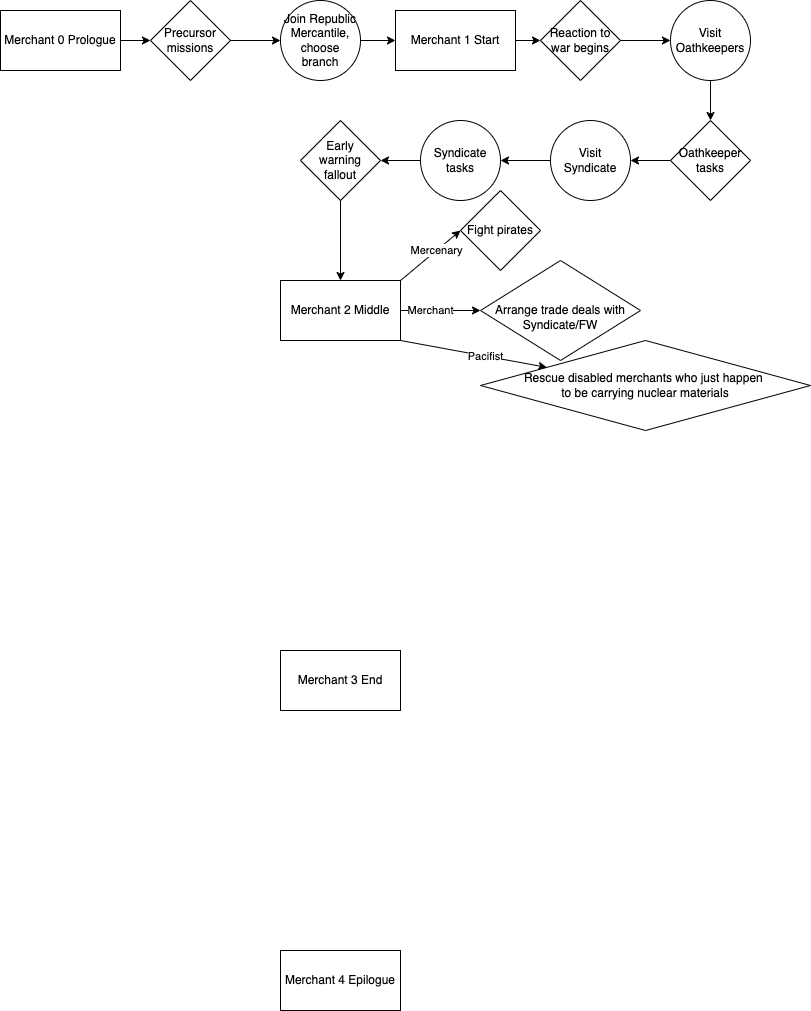
The draw.io diagram Flowchart.png in ESMerchantCampaign/merchant-campaign, before a commit. Source tidied: cells renumbered, new cells last; positions are measured from the earlier drawing's top-left corner, leaving out a move shared by most shapes.
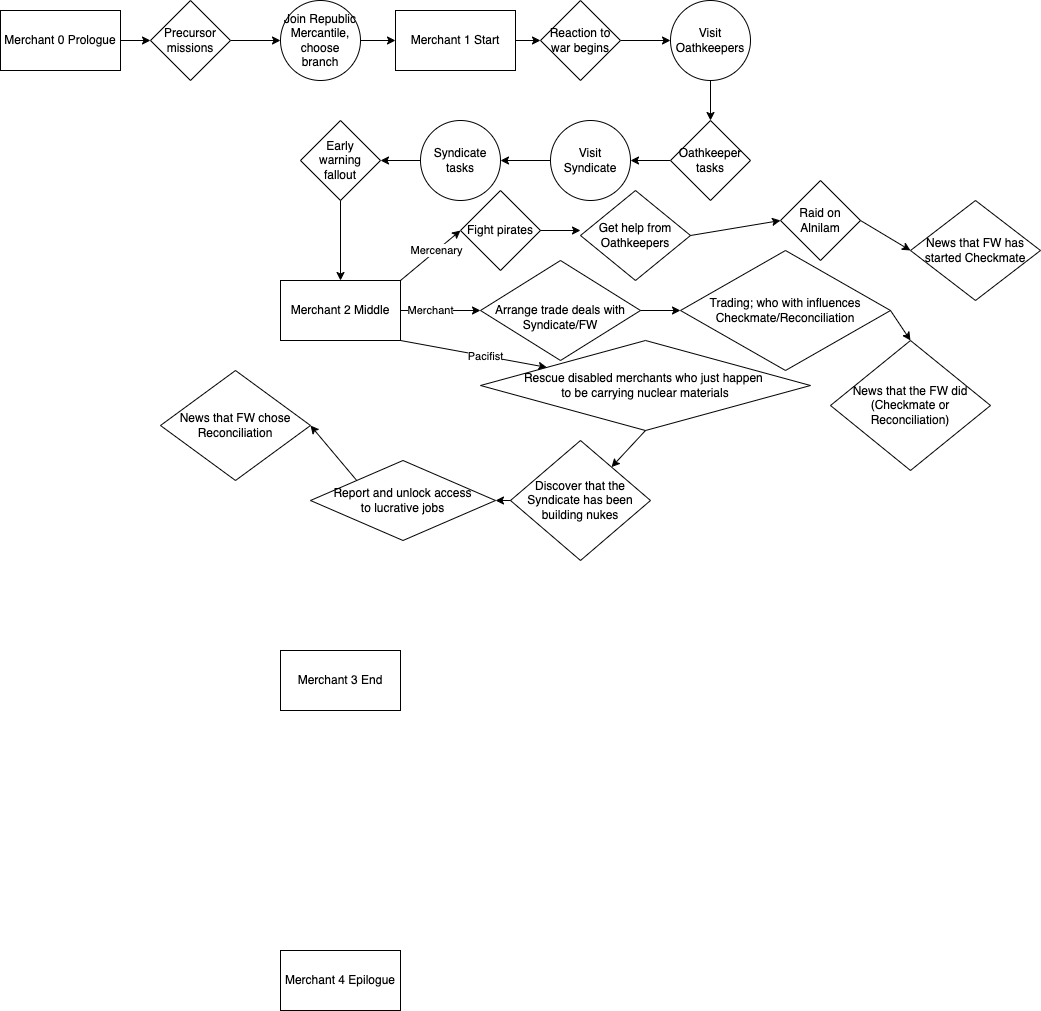
Above is the later version.

Commit message:
Update flowchart with the decision between Reconciliation and Checkmate (#19)

This depends on the branch you choose, allowing for only four branches instead of six

Diff of the diagram source:
```diff
@@ -102,5 +102,57 @@
     <mxCell id="33" value="Rescue disabled merchants who just happen&amp;nbsp;&lt;div&gt;to be carrying nuclear materials&lt;/div&gt;" style="rhombus;whiteSpace=wrap;html=1;" parent="1" vertex="1">
       <mxGeometry x="480" y="340" width="330" height="90" as="geometry" />
     </mxCell>
+    <mxCell id="34" style="endArrow=classic;html=1;rounded=0;exitX=0.5;exitY=1;exitDx=0;exitDy=0;" parent="1" edge="1" source="33" target="35">
+      <mxGeometry relative="1" as="geometry" />
+    </mxCell>
+    <mxCell id="35" value="Discover that the Syndicate has been building nukes" style="rhombus;whiteSpace=wrap;html=1;" parent="1" vertex="1">
+      <mxGeometry x="510" y="440" width="140" height="120" as="geometry" />
+    </mxCell>
+    <mxCell id="36" value="Report and unlock access&lt;div&gt;to lucrative jobs&lt;/div&gt;" style="rhombus;whiteSpace=wrap;html=1;" parent="1" vertex="1">
+      <mxGeometry x="310" y="460" width="185" height="80" as="geometry" />
+    </mxCell>
+    <mxCell id="37" style="endArrow=classic;html=1;rounded=0;exitX=0;exitY=0.5;exitDx=0;exitDy=0;entryX=1;entryY=0.5;entryDx=0;entryDy=0;" parent="1" edge="1" source="35" target="36">
+      <mxGeometry relative="1" as="geometry" />
+    </mxCell>
+    <mxCell id="38" style="endArrow=classic;html=1;rounded=0;" parent="1" edge="1" target="39">
+      <mxGeometry relative="1" as="geometry">
+        <mxPoint x="640" y="310" as="sourcePoint" />
+      </mxGeometry>
+    </mxCell>
+    <mxCell id="39" value="Trading; who with influences Checkmate/Reconciliation" style="rhombus;whiteSpace=wrap;html=1;" parent="1" vertex="1">
+      <mxGeometry x="680" y="250" width="210" height="120" as="geometry" />
+    </mxCell>
+    <mxCell id="40" style="endArrow=classic;html=1;rounded=0;exitX=1;exitY=0.5;exitDx=0;exitDy=0;entryX=0.5;entryY=0;entryDx=0;entryDy=0;" parent="1" edge="1" source="39" target="41">
+      <mxGeometry relative="1" as="geometry" />
+    </mxCell>
+    <mxCell id="41" value="News that the FW did (Checkmate or Reconciliation)" style="rhombus;whiteSpace=wrap;html=1;" parent="1" vertex="1">
+      <mxGeometry x="830" y="340" width="160" height="130" as="geometry" />
+    </mxCell>
+    <mxCell id="42" value="Get help from Oathkeepers" style="rhombus;whiteSpace=wrap;html=1;" parent="1" vertex="1">
+      <mxGeometry x="580" y="190" width="110" height="90" as="geometry" />
+    </mxCell>
+    <mxCell id="43" style="endArrow=classic;html=1;rounded=0;exitX=1;exitY=0.5;exitDx=0;exitDy=0;" parent="1" edge="1" source="27">
+      <mxGeometry relative="1" as="geometry">
+        <mxPoint x="580" y="230" as="targetPoint" />
+      </mxGeometry>
+    </mxCell>
+    <mxCell id="44" style="endArrow=classic;html=1;rounded=0;exitX=1;exitY=0.5;exitDx=0;exitDy=0;entryX=0;entryY=0.5;entryDx=0;entryDy=0;" parent="1" edge="1" source="42" target="45">
+      <mxGeometry relative="1" as="geometry" />
+    </mxCell>
+    <mxCell id="45" value="Raid on Alnilam" style="rhombus;whiteSpace=wrap;html=1;" parent="1" vertex="1">
+      <mxGeometry x="780" y="180" width="80" height="80" as="geometry" />
+    </mxCell>
+    <mxCell id="46" style="endArrow=classic;html=1;rounded=0;exitX=1;exitY=0.5;exitDx=0;exitDy=0;entryX=0;entryY=0.5;entryDx=0;entryDy=0;" parent="1" edge="1" source="45" target="47">
+      <mxGeometry relative="1" as="geometry" />
+    </mxCell>
+    <mxCell id="47" value="News that FW has started Checkmate" style="rhombus;whiteSpace=wrap;html=1;" parent="1" vertex="1">
+      <mxGeometry x="910" y="200" width="130" height="100" as="geometry" />
+    </mxCell>
+    <mxCell id="48" style="endArrow=classic;html=1;rounded=0;exitX=0;exitY=0;exitDx=0;exitDy=0;entryX=1;entryY=0.5;entryDx=0;entryDy=0;" parent="1" edge="1" source="36" target="49">
+      <mxGeometry relative="1" as="geometry" />
+    </mxCell>
+    <mxCell id="49" value="News that FW chose Reconciliation" style="rhombus;whiteSpace=wrap;html=1;" parent="1" vertex="1">
+      <mxGeometry x="160" y="370" width="150" height="110" as="geometry" />
+    </mxCell>
   </root>
 </mxGraphModel>
```
